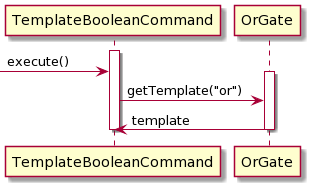
sevenseasofbri/tp keeps this PlantUML diagram as docs/diagrams/TemplateBooleanCommand.png. Above is the earlier version. Its diagram source:
```plantuml
@startuml
activate TemplateBooleanCommand
->TemplateBooleanCommand: execute()

activate OrGate
TemplateBooleanCommand -> OrGate: getTemplate("or")

OrGate -> TemplateBooleanCommand: template
deactivate OrGate
deactivate TemplateBooleanCommand
@enduml
```
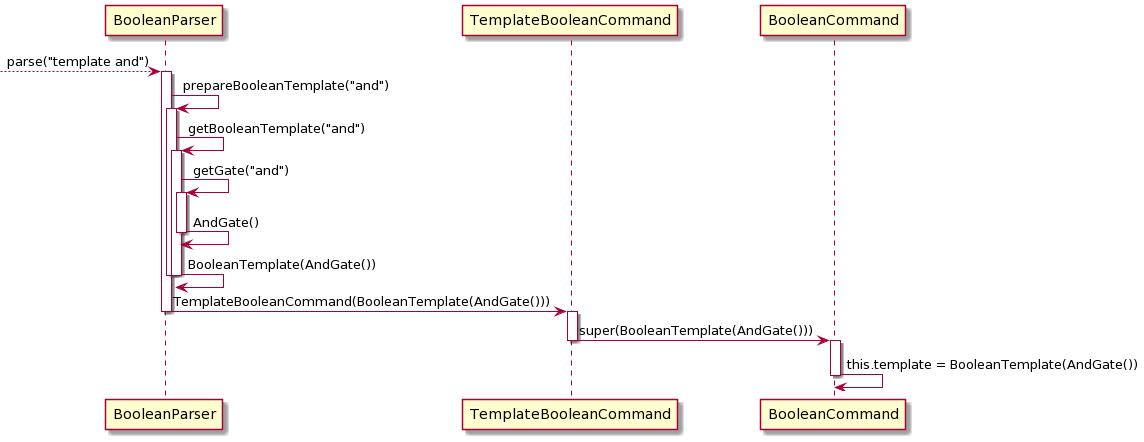
The same file after the commit.

Diff of the diagram source:
```diff
@@ -1,11 +1,43 @@
 @startuml
+-->BooleanParser: parse("template and")
+
+activate BooleanParser
+
+BooleanParser -> BooleanParser: prepareBooleanTemplate("and")
+
+activate BooleanParser
+
+BooleanParser -> BooleanParser: getBooleanTemplate("and")
+
+activate BooleanParser
+
+BooleanParser -> BooleanParser: getGate("and")
+
+activate BooleanParser
+
+BooleanParser -> BooleanParser: AndGate()
+
+deactivate BooleanParser
+
+BooleanParser -> BooleanParser: BooleanTemplate(AndGate())
+
+deactivate BooleanParser
+
+deactivate BooleanParser
+
+BooleanParser -> TemplateBooleanCommand: TemplateBooleanCommand(BooleanTemplate(AndGate()))
+
+deactivate BooleanParser
+
 activate TemplateBooleanCommand
-->TemplateBooleanCommand: execute()
 
-activate OrGate
-TemplateBooleanCommand -> OrGate: getTemplate("or")
+TemplateBooleanCommand -> BooleanCommand: super(BooleanTemplate(AndGate()))
 
-OrGate -> TemplateBooleanCommand: template
-deactivate OrGate
 deactivate TemplateBooleanCommand
+
+activate BooleanCommand
+
+BooleanCommand -> BooleanCommand: this.template = BooleanTemplate(AndGate())
+
+deactivate BooleanCommand
 @enduml
```
